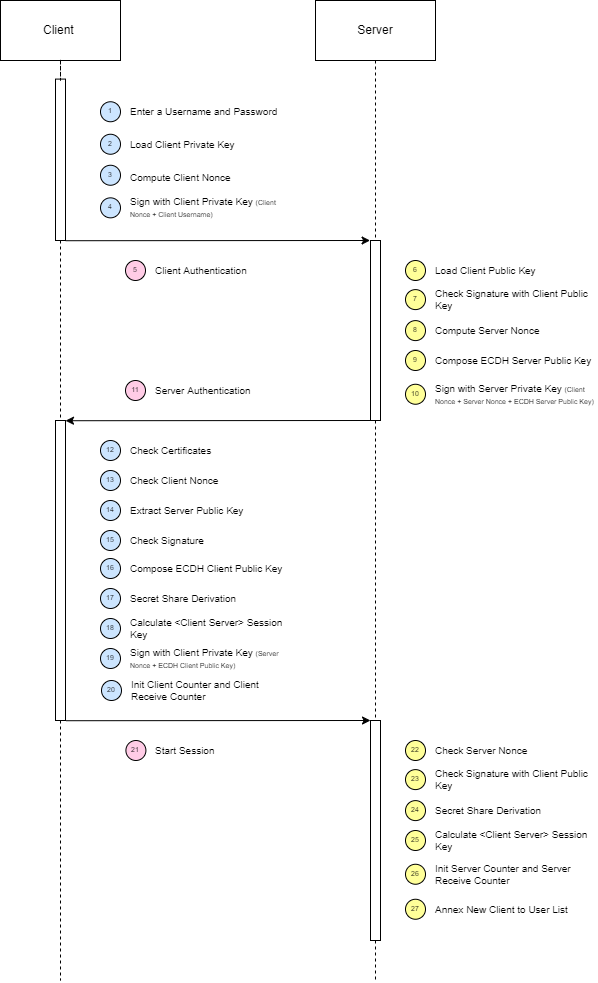
Earlier version of the draw.io export report/img/Sequence Diagram-Authentication.drawio.png (MarshaGomez/Secure-Chat). Source tidied: cells renumbered, new cells last; positions are measured from the earlier drawing's top-left corner, leaving out a move shared by most shapes. The source it was exported from:
```xml
<mxGraphModel>
  <root>
    <mxCell id="0" />
    <mxCell id="1" parent="0" />
    <mxCell id="2" style="edgeStyle=orthogonalEdgeStyle;rounded=0;jettySize=auto;html=1;exitX=0.5;exitY=1;exitDx=0;exitDy=0;dashed=1;fontSize=7;endArrow=none;endFill=0;" parent="1" edge="1" source="3" target="55">
      <mxGeometry relative="1" as="geometry" />
    </mxCell>
    <mxCell id="3" value="Server" style="rounded=0;whiteSpace=wrap;html=1;" parent="1" vertex="1">
      <mxGeometry x="315" width="120" height="60" as="geometry" />
    </mxCell>
    <mxCell id="4" value="Client&amp;nbsp;" style="rounded=0;whiteSpace=wrap;html=1;" parent="1" vertex="1">
      <mxGeometry width="120" height="60" as="geometry" />
    </mxCell>
    <mxCell id="5" style="html=1;perimeter=orthogonalPerimeter;fontSize=7;" parent="1" vertex="1">
      <mxGeometry x="370" y="240" width="10" height="180" as="geometry" />
    </mxCell>
    <mxCell id="6" value="Load Client Public Key" style="text;html=1;strokeColor=none;fillColor=none;align=left;verticalAlign=middle;whiteSpace=wrap;rounded=0;labelPosition=center;verticalLabelPosition=middle;spacing=0;fontSize=10;" parent="1" vertex="1">
      <mxGeometry x="435" y="262.6" width="160" height="14.9" as="geometry" />
    </mxCell>
    <mxCell id="7" value="6" style="ellipse;whiteSpace=wrap;html=1;fontSize=7;fillColor=#FFFF99;" parent="1" vertex="1">
      <mxGeometry x="405" y="260" width="20" height="20" as="geometry" />
    </mxCell>
    <mxCell id="8" value="Check Signature with Client Public Key" style="text;html=1;strokeColor=none;fillColor=none;align=left;verticalAlign=middle;whiteSpace=wrap;rounded=0;labelPosition=center;verticalLabelPosition=middle;spacing=0;fontSize=10;" parent="1" vertex="1">
      <mxGeometry x="435" y="289.1" width="160" height="20" as="geometry" />
    </mxCell>
    <mxCell id="9" value="7" style="ellipse;whiteSpace=wrap;html=1;fontSize=7;fillColor=#FFFF99;" parent="1" vertex="1">
      <mxGeometry x="405" y="289.1" width="20" height="20" as="geometry" />
    </mxCell>
    <mxCell id="10" value="Compute Server Nonce" style="text;html=1;strokeColor=none;fillColor=none;align=left;verticalAlign=middle;whiteSpace=wrap;rounded=0;labelPosition=center;verticalLabelPosition=middle;spacing=0;fontSize=10;" parent="1" vertex="1">
      <mxGeometry x="435" y="325.1" width="160" height="10" as="geometry" />
    </mxCell>
    <mxCell id="11" value="8" style="ellipse;whiteSpace=wrap;html=1;fontSize=7;fillColor=#FFFF99;" parent="1" vertex="1">
      <mxGeometry x="405" y="320.1" width="20" height="20" as="geometry" />
    </mxCell>
    <mxCell id="12" value="Compose ECDH Server Public Key" style="text;html=1;strokeColor=none;fillColor=none;align=left;verticalAlign=middle;whiteSpace=wrap;rounded=0;labelPosition=center;verticalLabelPosition=middle;spacing=0;fontSize=10;" parent="1" vertex="1">
      <mxGeometry x="435" y="352.5" width="160" height="15" as="geometry" />
    </mxCell>
    <mxCell id="13" value="9" style="ellipse;whiteSpace=wrap;html=1;fontSize=7;fillColor=#FFFF99;" parent="1" vertex="1">
      <mxGeometry x="405" y="350" width="20" height="20" as="geometry" />
    </mxCell>
    <mxCell id="14" style="endArrow=classic;html=1;rounded=0;fontSize=7;startArrow=none;startFill=0;exitX=1.041;exitY=0.001;exitDx=0;exitDy=0;exitPerimeter=0;endFill=1;" parent="1" edge="1">
      <mxGeometry relative="1" as="geometry">
        <mxPoint x="65" y="240.2" as="sourcePoint" />
        <mxPoint x="369.6" y="240" as="targetPoint" />
      </mxGeometry>
    </mxCell>
    <mxCell id="15" value="Enter a Username and Password" style="text;html=1;strokeColor=none;fillColor=none;align=left;verticalAlign=middle;whiteSpace=wrap;rounded=0;labelPosition=center;verticalLabelPosition=middle;spacing=0;fontSize=10;" parent="1" vertex="1">
      <mxGeometry x="130" y="106.2" width="160" height="10" as="geometry" />
    </mxCell>
    <mxCell id="16" value="1" style="ellipse;whiteSpace=wrap;html=1;fontSize=7;fillColor=#CCE5FF;" parent="1" vertex="1">
      <mxGeometry x="100" y="101.2" width="20" height="20" as="geometry" />
    </mxCell>
    <mxCell id="17" value="Load Client Private Key" style="text;html=1;strokeColor=none;fillColor=none;align=left;verticalAlign=middle;whiteSpace=wrap;rounded=0;labelPosition=center;verticalLabelPosition=middle;spacing=0;fontSize=10;" parent="1" vertex="1">
      <mxGeometry x="130" y="133.7" width="160" height="20" as="geometry" />
    </mxCell>
    <mxCell id="18" value="2" style="ellipse;whiteSpace=wrap;html=1;fontSize=7;fillColor=#CCE5FF;" parent="1" vertex="1">
      <mxGeometry x="100" y="133.7" width="20" height="20" as="geometry" />
    </mxCell>
    <mxCell id="19" value="Compute Client Nonce" style="text;html=1;strokeColor=none;fillColor=none;align=left;verticalAlign=middle;whiteSpace=wrap;rounded=0;labelPosition=center;verticalLabelPosition=middle;spacing=0;fontSize=10;" parent="1" vertex="1">
      <mxGeometry x="130" y="167.2" width="160" height="20" as="geometry" />
    </mxCell>
    <mxCell id="20" value="3" style="ellipse;whiteSpace=wrap;html=1;fontSize=7;fillColor=#CCE5FF;" parent="1" vertex="1">
      <mxGeometry x="100" y="164.7" width="20" height="20" as="geometry" />
    </mxCell>
    <mxCell id="21" value="4" style="ellipse;whiteSpace=wrap;html=1;fontSize=7;fillColor=#CCE5FF;" parent="1" vertex="1">
      <mxGeometry x="100" y="197.3" width="20" height="20" as="geometry" />
    </mxCell>
    <mxCell id="22" value="Sign with Client Private Key &lt;font style=&quot;font-size: 7px&quot;&gt;(Client Nonce + Client Username)&lt;/font&gt;" style="text;html=1;strokeColor=none;fillColor=none;align=left;verticalAlign=middle;whiteSpace=wrap;rounded=0;labelPosition=center;verticalLabelPosition=middle;spacing=0;fontSize=10;" parent="1" vertex="1">
      <mxGeometry x="130" y="197.3" width="160" height="20" as="geometry" />
    </mxCell>
    <mxCell id="23" value="Server Authentication" style="text;html=1;strokeColor=none;fillColor=none;align=left;verticalAlign=middle;whiteSpace=wrap;rounded=0;labelPosition=center;verticalLabelPosition=middle;spacing=0;fontSize=10;" parent="1" vertex="1">
      <mxGeometry x="155" y="385" width="160" height="10" as="geometry" />
    </mxCell>
    <mxCell id="24" value="11" style="ellipse;whiteSpace=wrap;html=1;fontSize=7;fillColor=#FFCCE6;" parent="1" vertex="1">
      <mxGeometry x="125" y="380" width="20" height="20" as="geometry" />
    </mxCell>
    <mxCell id="25" value="Client Authentication&amp;nbsp;" style="text;html=1;strokeColor=none;fillColor=none;align=left;verticalAlign=middle;whiteSpace=wrap;rounded=0;labelPosition=center;verticalLabelPosition=middle;spacing=0;fontSize=10;" parent="1" vertex="1">
      <mxGeometry x="155" y="265" width="160" height="10" as="geometry" />
    </mxCell>
    <mxCell id="26" value="5" style="ellipse;whiteSpace=wrap;html=1;fontSize=7;fillColor=#FFCCE6;" parent="1" vertex="1">
      <mxGeometry x="125" y="260" width="20" height="20" as="geometry" />
    </mxCell>
    <mxCell id="27" style="html=1;points=[];perimeter=orthogonalPerimeter;fontSize=7;" parent="1" vertex="1">
      <mxGeometry x="55" y="78.6" width="10" height="161.4" as="geometry" />
    </mxCell>
    <mxCell id="28" style="edgeStyle=orthogonalEdgeStyle;rounded=0;jettySize=auto;html=1;endArrow=none;endFill=0;dashed=1;exitX=0.5;exitY=1;exitDx=0;exitDy=0;" parent="1" edge="1" source="4" target="27">
      <mxGeometry relative="1" as="geometry" />
    </mxCell>
    <mxCell id="29" style="endArrow=none;html=1;rounded=0;fontSize=7;startArrow=classic;startFill=1;exitX=1.041;exitY=0.001;exitDx=0;exitDy=0;exitPerimeter=0;endFill=0;" parent="1" edge="1">
      <mxGeometry relative="1" as="geometry">
        <mxPoint x="65" y="420.2" as="sourcePoint" />
        <mxPoint x="369.6" y="420" as="targetPoint" />
      </mxGeometry>
    </mxCell>
    <mxCell id="30" style="edgeStyle=orthogonalEdgeStyle;rounded=0;orthogonalLoop=1;jettySize=auto;html=1;fontSize=7;startArrow=none;startFill=0;endArrow=none;endFill=0;dashed=1;" parent="1" edge="1">
      <mxGeometry relative="1" as="geometry">
        <mxPoint x="60" y="720" as="sourcePoint" />
        <mxPoint x="60" y="980" as="targetPoint" />
      </mxGeometry>
    </mxCell>
    <mxCell id="31" style="html=1;points=[];perimeter=orthogonalPerimeter;fontSize=7;" parent="1" vertex="1">
      <mxGeometry x="55" y="420" width="10" height="300" as="geometry" />
    </mxCell>
    <mxCell id="32" style="edgeStyle=orthogonalEdgeStyle;rounded=0;jettySize=auto;html=1;endArrow=none;endFill=0;dashed=1;exitX=0.5;exitY=1;exitDx=0;exitDy=0;startArrow=none;" parent="1" edge="1" source="27" target="31">
      <mxGeometry relative="1" as="geometry" />
    </mxCell>
    <mxCell id="33" value="Check Certificates" style="text;html=1;strokeColor=none;fillColor=none;align=left;verticalAlign=middle;whiteSpace=wrap;rounded=0;labelPosition=center;verticalLabelPosition=middle;spacing=0;fontSize=10;" parent="1" vertex="1">
      <mxGeometry x="130" y="446.2" width="160" height="7.5" as="geometry" />
    </mxCell>
    <mxCell id="34" value="12" style="ellipse;whiteSpace=wrap;html=1;fontSize=7;fillColor=#CCE5FF;" parent="1" vertex="1">
      <mxGeometry x="100" y="440" width="20" height="20" as="geometry" />
    </mxCell>
    <mxCell id="35" value="Check Client Nonce" style="text;html=1;strokeColor=none;fillColor=none;align=left;verticalAlign=middle;whiteSpace=wrap;rounded=0;labelPosition=center;verticalLabelPosition=middle;spacing=0;fontSize=10;" parent="1" vertex="1">
      <mxGeometry x="130" y="475" width="160" height="10" as="geometry" />
    </mxCell>
    <mxCell id="36" value="13" style="ellipse;whiteSpace=wrap;html=1;fontSize=7;fillColor=#CCE5FF;" parent="1" vertex="1">
      <mxGeometry x="100" y="470" width="20" height="20" as="geometry" />
    </mxCell>
    <mxCell id="37" value="Extract Server Public Key" style="text;html=1;strokeColor=none;fillColor=none;align=left;verticalAlign=middle;whiteSpace=wrap;rounded=0;labelPosition=center;verticalLabelPosition=middle;spacing=0;fontSize=10;" parent="1" vertex="1">
      <mxGeometry x="130" y="507" width="160" height="6" as="geometry" />
    </mxCell>
    <mxCell id="38" value="14" style="ellipse;whiteSpace=wrap;html=1;fontSize=7;fillColor=#CCE5FF;" parent="1" vertex="1">
      <mxGeometry x="100" y="500" width="20" height="20" as="geometry" />
    </mxCell>
    <mxCell id="39" value="15" style="ellipse;whiteSpace=wrap;html=1;fontSize=7;fillColor=#CCE5FF;" parent="1" vertex="1">
      <mxGeometry x="100" y="530" width="20" height="20" as="geometry" />
    </mxCell>
    <mxCell id="40" value="Check Signature" style="text;html=1;strokeColor=none;fillColor=none;align=left;verticalAlign=middle;whiteSpace=wrap;rounded=0;labelPosition=center;verticalLabelPosition=middle;spacing=0;fontSize=10;" parent="1" vertex="1">
      <mxGeometry x="130" y="533.7" width="160" height="12.6" as="geometry" />
    </mxCell>
    <mxCell id="41" value="Sign with Server Private Key &lt;font style=&quot;font-size: 7px&quot;&gt;(Client Nonce + Server Nonce + ECDH Server Public Key)&lt;/font&gt;" style="text;html=1;strokeColor=none;fillColor=none;align=left;verticalAlign=middle;whiteSpace=wrap;rounded=0;labelPosition=center;verticalLabelPosition=middle;spacing=0;fontSize=10;" parent="1" vertex="1">
      <mxGeometry x="435" y="380" width="160" height="27.5" as="geometry" />
    </mxCell>
    <mxCell id="42" value="10" style="ellipse;whiteSpace=wrap;html=1;fontSize=7;fillColor=#FFFF99;" parent="1" vertex="1">
      <mxGeometry x="405" y="383.7" width="20" height="20" as="geometry" />
    </mxCell>
    <mxCell id="43" value="Compose ECDH Client Public Key" style="text;html=1;strokeColor=none;fillColor=none;align=left;verticalAlign=middle;whiteSpace=wrap;rounded=0;labelPosition=center;verticalLabelPosition=middle;spacing=0;fontSize=10;" parent="1" vertex="1">
      <mxGeometry x="130" y="564.2" width="160" height="7.5" as="geometry" />
    </mxCell>
    <mxCell id="44" value="16" style="ellipse;whiteSpace=wrap;html=1;fontSize=7;fillColor=#CCE5FF;" parent="1" vertex="1">
      <mxGeometry x="100" y="558" width="20" height="20" as="geometry" />
    </mxCell>
    <mxCell id="45" value="Secret Share Derivation&amp;nbsp;" style="text;html=1;strokeColor=none;fillColor=none;align=left;verticalAlign=middle;whiteSpace=wrap;rounded=0;labelPosition=center;verticalLabelPosition=middle;spacing=0;fontSize=10;" parent="1" vertex="1">
      <mxGeometry x="130" y="593" width="160" height="10" as="geometry" />
    </mxCell>
    <mxCell id="46" value="17" style="ellipse;whiteSpace=wrap;html=1;fontSize=7;fillColor=#CCE5FF;" parent="1" vertex="1">
      <mxGeometry x="100" y="588" width="20" height="20" as="geometry" />
    </mxCell>
    <mxCell id="47" value="Calculate &amp;lt;Client Server&amp;gt; Session Key" style="text;html=1;strokeColor=none;fillColor=none;align=left;verticalAlign=middle;whiteSpace=wrap;rounded=0;labelPosition=center;verticalLabelPosition=middle;spacing=0;fontSize=10;" parent="1" vertex="1">
      <mxGeometry x="130" y="618" width="160" height="20" as="geometry" />
    </mxCell>
    <mxCell id="48" value="18" style="ellipse;whiteSpace=wrap;html=1;fontSize=7;fillColor=#CCE5FF;" parent="1" vertex="1">
      <mxGeometry x="100" y="618" width="20" height="20" as="geometry" />
    </mxCell>
    <mxCell id="49" value="19" style="ellipse;whiteSpace=wrap;html=1;fontSize=7;fillColor=#CCE5FF;" parent="1" vertex="1">
      <mxGeometry x="100" y="648" width="20" height="20" as="geometry" />
    </mxCell>
    <mxCell id="50" value="Sign with Client Private Key &lt;font style=&quot;font-size: 7px&quot;&gt;(Server Nonce + ECDH Client Public Key)&lt;/font&gt;" style="text;html=1;strokeColor=none;fillColor=none;align=left;verticalAlign=middle;whiteSpace=wrap;rounded=0;labelPosition=center;verticalLabelPosition=middle;spacing=0;fontSize=10;" parent="1" vertex="1">
      <mxGeometry x="130" y="651.7" width="160" height="12.6" as="geometry" />
    </mxCell>
    <mxCell id="51" style="endArrow=classic;html=1;rounded=0;fontSize=7;startArrow=none;startFill=0;exitX=1.041;exitY=0.001;exitDx=0;exitDy=0;exitPerimeter=0;endFill=1;" parent="1" edge="1">
      <mxGeometry relative="1" as="geometry">
        <mxPoint x="65.4" y="720.2" as="sourcePoint" />
        <mxPoint x="370" y="720" as="targetPoint" />
      </mxGeometry>
    </mxCell>
    <mxCell id="52" value="Start Session" style="text;html=1;strokeColor=none;fillColor=none;align=left;verticalAlign=middle;whiteSpace=wrap;rounded=0;labelPosition=center;verticalLabelPosition=middle;spacing=0;fontSize=10;" parent="1" vertex="1">
      <mxGeometry x="155" y="745" width="160" height="10" as="geometry" />
    </mxCell>
    <mxCell id="53" value="21" style="ellipse;whiteSpace=wrap;html=1;fontSize=7;fillColor=#FFCCE6;" parent="1" vertex="1">
      <mxGeometry x="125.4" y="740" width="20" height="20" as="geometry" />
    </mxCell>
    <mxCell id="54" style="edgeStyle=orthogonalEdgeStyle;rounded=0;jettySize=auto;html=1;dashed=1;endArrow=none;endFill=0;" parent="1" edge="1" source="55">
      <mxGeometry relative="1" as="geometry">
        <mxPoint x="375" y="980" as="targetPoint" />
      </mxGeometry>
    </mxCell>
    <mxCell id="55" style="html=1;points=[];perimeter=orthogonalPerimeter;fontSize=7;" parent="1" vertex="1">
      <mxGeometry x="370" y="720" width="10" height="220" as="geometry" />
    </mxCell>
    <mxCell id="56" value="Check Server Nonce" style="text;html=1;strokeColor=none;fillColor=none;align=left;verticalAlign=middle;whiteSpace=wrap;rounded=0;labelPosition=center;verticalLabelPosition=middle;spacing=0;fontSize=10;" parent="1" vertex="1">
      <mxGeometry x="435" y="742.6" width="160" height="14.9" as="geometry" />
    </mxCell>
    <mxCell id="57" value="22" style="ellipse;whiteSpace=wrap;html=1;fontSize=7;fillColor=#FFFF99;" parent="1" vertex="1">
      <mxGeometry x="405" y="740" width="20" height="20" as="geometry" />
    </mxCell>
    <mxCell id="58" value="Check Signature with Client Public Key" style="text;html=1;strokeColor=none;fillColor=none;align=left;verticalAlign=middle;whiteSpace=wrap;rounded=0;labelPosition=center;verticalLabelPosition=middle;spacing=0;fontSize=10;" parent="1" vertex="1">
      <mxGeometry x="435" y="769.1" width="160" height="20" as="geometry" />
    </mxCell>
    <mxCell id="59" value="23" style="ellipse;whiteSpace=wrap;html=1;fontSize=7;fillColor=#FFFF99;" parent="1" vertex="1">
      <mxGeometry x="405" y="769.1" width="20" height="20" as="geometry" />
    </mxCell>
    <mxCell id="60" value="Secret Share Derivation&amp;nbsp;" style="text;html=1;strokeColor=none;fillColor=none;align=left;verticalAlign=middle;whiteSpace=wrap;rounded=0;labelPosition=center;verticalLabelPosition=middle;spacing=0;fontSize=10;" parent="1" vertex="1">
      <mxGeometry x="435" y="805.1" width="160" height="10" as="geometry" />
    </mxCell>
    <mxCell id="61" value="24" style="ellipse;whiteSpace=wrap;html=1;fontSize=7;fillColor=#FFFF99;" parent="1" vertex="1">
      <mxGeometry x="405" y="800.1" width="20" height="20" as="geometry" />
    </mxCell>
    <mxCell id="62" value="Calculate &amp;lt;Client Server&amp;gt; Session Key" style="text;html=1;strokeColor=none;fillColor=none;align=left;verticalAlign=middle;whiteSpace=wrap;rounded=0;labelPosition=center;verticalLabelPosition=middle;spacing=0;fontSize=10;" parent="1" vertex="1">
      <mxGeometry x="435" y="832.5" width="160" height="15" as="geometry" />
    </mxCell>
    <mxCell id="63" value="25" style="ellipse;whiteSpace=wrap;html=1;fontSize=7;fillColor=#FFFF99;" parent="1" vertex="1">
      <mxGeometry x="405" y="830" width="20" height="20" as="geometry" />
    </mxCell>
    <mxCell id="64" value="Init Server Counter and Server Receive Counter" style="text;html=1;strokeColor=none;fillColor=none;align=left;verticalAlign=middle;whiteSpace=wrap;rounded=0;labelPosition=center;verticalLabelPosition=middle;spacing=0;fontSize=10;" parent="1" vertex="1">
      <mxGeometry x="435" y="860" width="160" height="27.5" as="geometry" />
    </mxCell>
    <mxCell id="65" value="26" style="ellipse;whiteSpace=wrap;html=1;fontSize=7;fillColor=#FFFF99;" parent="1" vertex="1">
      <mxGeometry x="405" y="863.8" width="20" height="20" as="geometry" />
    </mxCell>
    <mxCell id="66" value="Annex New Client to User List" style="text;html=1;strokeColor=none;fillColor=none;align=left;verticalAlign=middle;whiteSpace=wrap;rounded=0;labelPosition=center;verticalLabelPosition=middle;spacing=0;fontSize=10;" parent="1" vertex="1">
      <mxGeometry x="435" y="895" width="160" height="27.5" as="geometry" />
    </mxCell>
    <mxCell id="67" value="27" style="ellipse;whiteSpace=wrap;html=1;fontSize=7;fillColor=#FFFF99;" parent="1" vertex="1">
      <mxGeometry x="405" y="898.8" width="20" height="20" as="geometry" />
    </mxCell>
    <mxCell id="68" value="20" style="ellipse;whiteSpace=wrap;html=1;fontSize=7;fillColor=#CCE5FF;" parent="1" vertex="1">
      <mxGeometry x="101" y="680" width="20" height="20" as="geometry" />
    </mxCell>
    <mxCell id="69" value="Init Client Counter and Client Receive Counter" style="text;html=1;strokeColor=none;fillColor=none;align=left;verticalAlign=middle;whiteSpace=wrap;rounded=0;labelPosition=center;verticalLabelPosition=middle;spacing=0;fontSize=10;" parent="1" vertex="1">
      <mxGeometry x="131" y="683.7" width="160" height="12.6" as="geometry" />
    </mxCell>
  </root>
</mxGraphModel>
```
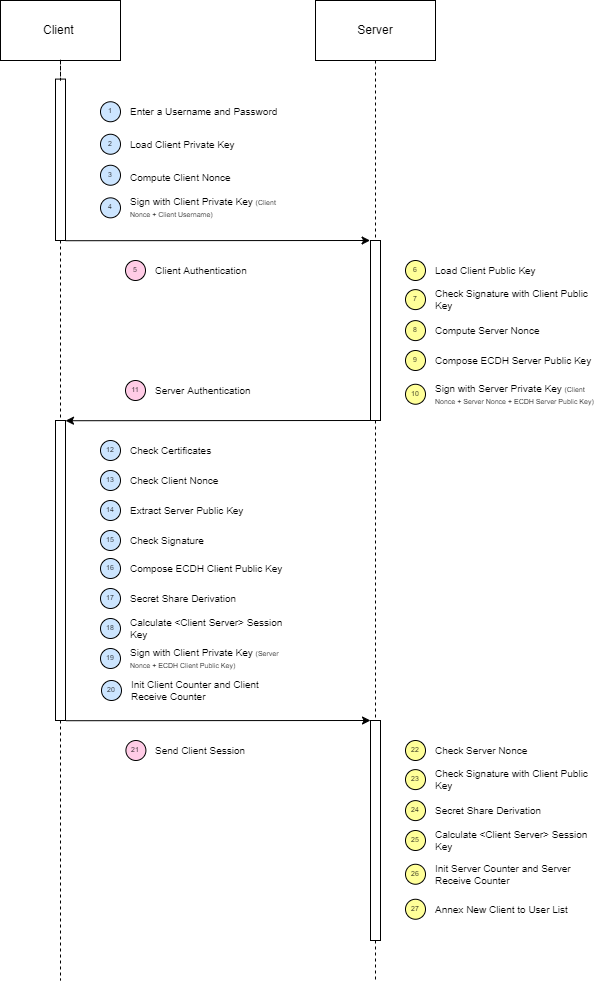
The same diagram one commit later.

What changed in the source:
```diff
@@ -164,7 +164,7 @@
         <mxPoint x="370" y="720" as="targetPoint" />
       </mxGeometry>
     </mxCell>
-    <mxCell id="52" value="Start Session" style="text;html=1;strokeColor=none;fillColor=none;align=left;verticalAlign=middle;whiteSpace=wrap;rounded=0;labelPosition=center;verticalLabelPosition=middle;spacing=0;fontSize=10;" parent="1" vertex="1">
+    <mxCell id="52" value="Send Client Session" style="text;html=1;strokeColor=none;fillColor=none;align=left;verticalAlign=middle;whiteSpace=wrap;rounded=0;labelPosition=center;verticalLabelPosition=middle;spacing=0;fontSize=10;" parent="1" vertex="1">
       <mxGeometry x="155" y="745" width="160" height="10" as="geometry" />
     </mxCell>
     <mxCell id="53" value="21" style="ellipse;whiteSpace=wrap;html=1;fontSize=7;fillColor=#FFCCE6;" parent="1" vertex="1">
```
